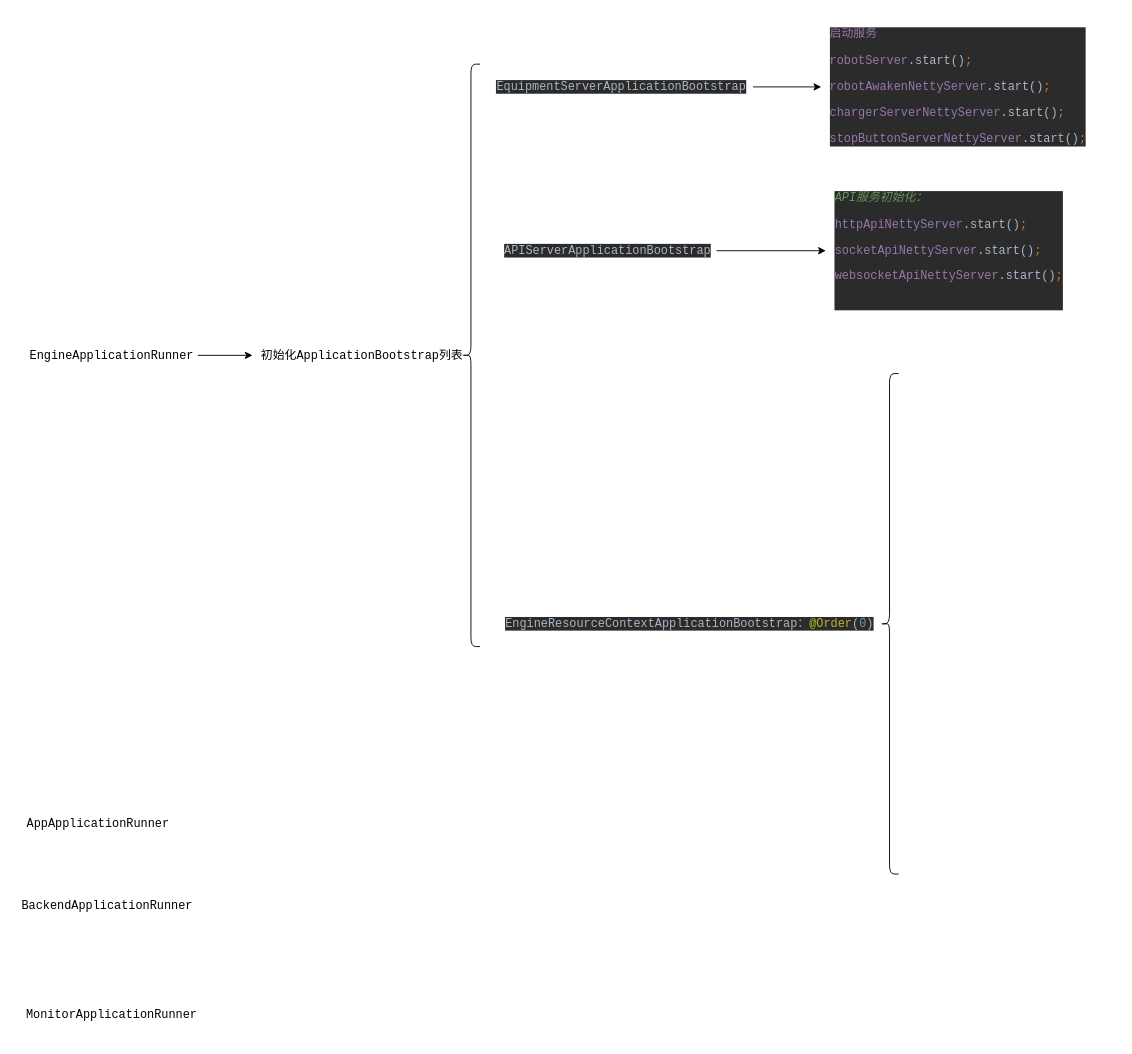
cong666/flow-chart keeps this draw.io diagram as rms初始化类.drawio. Above is the earlier version. Source tidied: cells renumbered, new cells numbered last; positions are measured from the earlier drawing's top-left corner, leaving out a move shared by most shapes. Both pictures are drawn from the tidied source at 91%, with x=0, y=0 at pixel (15, 18).
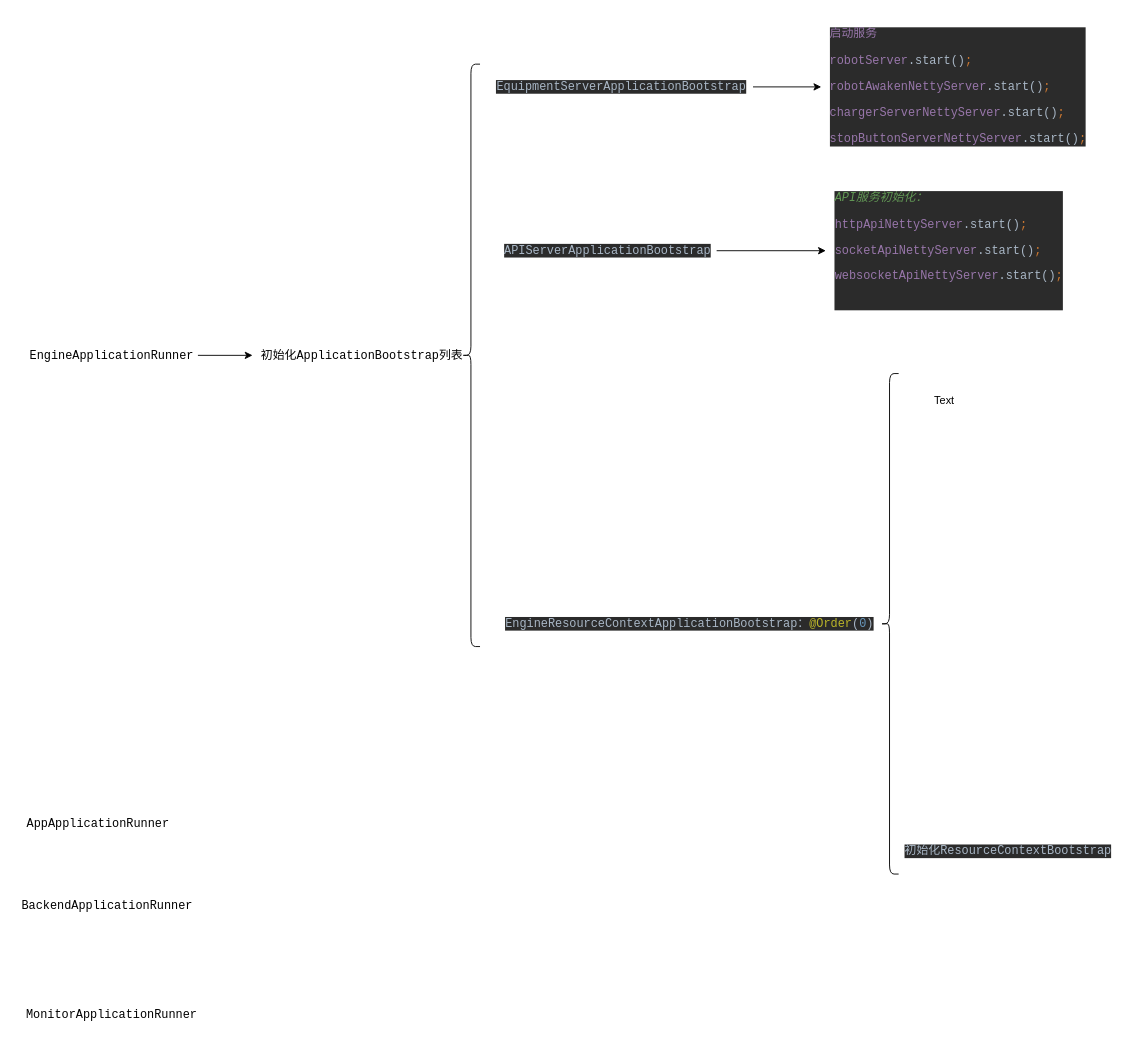
After the change.

The edit, as a diff of the source:
```diff
@@
 <mxGraphModel>
   <root>
     <mxCell id="0" />
     <mxCell id="1" parent="0" />
     <mxCell id="2" style="edgeStyle=orthogonalEdgeStyle;rounded=0;jettySize=auto;html=1;fontColor=#000000;" parent="1" edge="1" source="3" target="7">
       <mxGeometry relative="1" as="geometry" />
     </mxCell>
     <mxCell id="3" value="&lt;pre style=&quot;text-align: start; font-family: &amp;quot;JetBrains Mono&amp;quot;, monospace; font-size: 9.8pt;&quot;&gt;&lt;span style=&quot;background-color: rgb(255, 255, 255);&quot;&gt;EngineApplicationRunner&lt;/span&gt;&lt;/pre&gt;" style="text;html=1;align=center;verticalAlign=middle;points=[];strokeColor=none;fillColor=none;" parent="1" vertex="1">
       <mxGeometry x="10" y="345" width="190" height="50" as="geometry" />
     </mxCell>
     <mxCell id="4" value="&lt;pre style=&quot;text-align: start; font-family: &amp;quot;JetBrains Mono&amp;quot;, monospace; font-size: 9.8pt;&quot;&gt;&lt;pre style=&quot;font-family: &amp;quot;JetBrains Mono&amp;quot;, monospace; font-size: 9.8pt;&quot;&gt;&lt;span style=&quot;background-color: rgb(255, 255, 255);&quot;&gt;AppApplicationRunner&lt;/span&gt;&lt;/pre&gt;&lt;/pre&gt;" style="text;html=1;align=center;verticalAlign=middle;strokeColor=none;fillColor=none;" parent="1" vertex="1">
       <mxGeometry x="5" y="860" width="170" height="50" as="geometry" />
     </mxCell>
     <mxCell id="5" value="&lt;pre style=&quot;text-align: start; font-family: &amp;quot;JetBrains Mono&amp;quot;, monospace; font-size: 9.8pt;&quot;&gt;BackendApplicationRunner&lt;br&gt;&lt;/pre&gt;" style="text;html=1;align=center;verticalAlign=middle;strokeColor=none;fillColor=none;" parent="1" vertex="1">
       <mxGeometry y="950" width="200" height="50" as="geometry" />
     </mxCell>
     <mxCell id="6" value="&lt;pre style=&quot;text-align: start; font-family: &amp;quot;JetBrains Mono&amp;quot;, monospace; font-size: 9.8pt;&quot;&gt;MonitorApplicationRunner&lt;br&gt;&lt;/pre&gt;" style="text;html=1;align=center;verticalAlign=middle;strokeColor=none;fillColor=none;" parent="1" vertex="1">
       <mxGeometry x="5" y="1070" width="200" height="50" as="geometry" />
     </mxCell>
     <mxCell id="7" value="&lt;pre style=&quot;text-align: start; font-family: &amp;quot;JetBrains Mono&amp;quot;, monospace; font-size: 9.8pt;&quot;&gt;&lt;pre style=&quot;font-family: &amp;quot;JetBrains Mono&amp;quot;, monospace; font-size: 9.8pt;&quot;&gt;&lt;span style=&quot;background-color: rgb(255, 255, 255);&quot;&gt;初始化&lt;span style=&quot;font-size: 9.8pt;&quot;&gt;ApplicationBootstrap列表&lt;/span&gt;&lt;/span&gt;&lt;/pre&gt;&lt;/pre&gt;" style="text;html=1;align=center;verticalAlign=middle;points=[];strokeColor=none;fillColor=none;fontColor=#000000;" parent="1" vertex="1">
       <mxGeometry x="260" y="345" width="240" height="50" as="geometry" />
     </mxCell>
     <mxCell id="8" style="shape=curlyBracket;whiteSpace=wrap;html=1;rounded=1;labelBackgroundColor=#FFFFFF;fontColor=#000000;" parent="1" vertex="1">
       <mxGeometry x="490" y="50" width="20" height="640" as="geometry" />
     </mxCell>
     <mxCell id="9" style="edgeStyle=orthogonalEdgeStyle;rounded=0;jettySize=auto;html=1;fontColor=#000000;" parent="1" edge="1" source="10" target="15">
       <mxGeometry relative="1" as="geometry" />
     </mxCell>
     <mxCell id="10" value="&lt;pre style=&quot;text-align: start; background-color: rgb(43, 43, 43); color: rgb(169, 183, 198); font-family: &amp;quot;JetBrains Mono&amp;quot;, monospace; font-size: 9.8pt;&quot;&gt;EquipmentServerApplicationBootstrap&lt;/pre&gt;" style="text;html=1;align=center;verticalAlign=middle;points=[];strokeColor=none;fillColor=none;fontColor=#000000;" parent="1" vertex="1">
       <mxGeometry x="520" y="50" width="290" height="50" as="geometry" />
     </mxCell>
     <mxCell id="11" value="&lt;pre style=&quot;text-align: start; background-color: rgb(43, 43, 43); color: rgb(169, 183, 198); font-family: &amp;quot;JetBrains Mono&amp;quot;, monospace; font-size: 9.8pt;&quot;&gt;EngineResourceContextApplicationBootstrap：&lt;span style=&quot;font-size: 9.8pt; color: rgb(187, 181, 41);&quot;&gt;@Order&lt;/span&gt;&lt;span style=&quot;font-size: 9.8pt;&quot;&gt;(&lt;/span&gt;&lt;span style=&quot;font-size: 9.8pt; color: rgb(104, 151, 187);&quot;&gt;0&lt;/span&gt;&lt;span style=&quot;font-size: 9.8pt;&quot;&gt;)&lt;/span&gt;&lt;/pre&gt;" style="text;html=1;align=center;verticalAlign=middle;strokeColor=none;fillColor=none;fontColor=#000000;" parent="1" vertex="1">
       <mxGeometry x="530" y="640" width="420" height="50" as="geometry" />
     </mxCell>
     <mxCell id="12" style="edgeStyle=orthogonalEdgeStyle;rounded=0;jettySize=auto;html=1;fontColor=#000000;" parent="1" edge="1" source="13" target="14">
       <mxGeometry relative="1" as="geometry" />
     </mxCell>
     <mxCell id="13" value="&lt;pre style=&quot;text-align: start; background-color: rgb(43, 43, 43); color: rgb(169, 183, 198); font-family: &amp;quot;JetBrains Mono&amp;quot;, monospace; font-size: 9.8pt;&quot;&gt;APIServerApplicationBootstrap&lt;/pre&gt;" style="text;html=1;align=center;verticalAlign=middle;points=[];strokeColor=none;fillColor=none;fontColor=#000000;" parent="1" vertex="1">
       <mxGeometry x="530" y="230" width="240" height="50" as="geometry" />
     </mxCell>
     <mxCell id="14" value="&lt;pre style=&quot;text-align: start; background-color: rgb(43, 43, 43); color: rgb(169, 183, 198); font-family: &amp;quot;JetBrains Mono&amp;quot;, monospace; font-size: 9.8pt;&quot;&gt;&lt;pre style=&quot;font-family: &amp;quot;JetBrains Mono&amp;quot;, monospace; font-size: 9.8pt;&quot;&gt;&lt;span style=&quot;color: rgb(98, 151, 85); font-style: italic;&quot;&gt;API服务初始化：&lt;/span&gt;&lt;/pre&gt;&lt;pre style=&quot;font-family: &amp;quot;JetBrains Mono&amp;quot;, monospace; font-size: 9.8pt;&quot;&gt;&lt;span style=&quot;font-size: 9.8pt; color: rgb(152, 118, 170);&quot;&gt;httpApiNettyServer&lt;/span&gt;&lt;span style=&quot;font-size: 9.8pt;&quot;&gt;.start()&lt;/span&gt;&lt;span style=&quot;font-size: 9.8pt; color: rgb(204, 120, 50);&quot;&gt;;&lt;/span&gt;&lt;/pre&gt;&lt;pre style=&quot;font-family: &amp;quot;JetBrains Mono&amp;quot;, monospace; font-size: 9.8pt;&quot;&gt;&lt;span style=&quot;font-size: 9.8pt; color: rgb(152, 118, 170);&quot;&gt;socketApiNettyServer&lt;/span&gt;&lt;span style=&quot;font-size: 9.8pt;&quot;&gt;.start()&lt;/span&gt;&lt;span style=&quot;font-size: 9.8pt; color: rgb(204, 120, 50);&quot;&gt;;&lt;/span&gt;&lt;/pre&gt;&lt;pre style=&quot;font-family: &amp;quot;JetBrains Mono&amp;quot;, monospace; font-size: 9.8pt;&quot;&gt;&lt;span style=&quot;color: rgb(152, 118, 170);&quot;&gt;websocketApiNettyServer&lt;/span&gt;.start()&lt;span style=&quot;color: rgb(204, 120, 50);&quot;&gt;;&lt;/span&gt;&lt;/pre&gt;&lt;pre style=&quot;font-family: &amp;quot;JetBrains Mono&amp;quot;, monospace; font-size: 9.8pt;&quot;&gt;&lt;br&gt;&lt;/pre&gt;&lt;/pre&gt;" style="text;html=1;align=center;verticalAlign=middle;points=[];strokeColor=none;fillColor=none;fontColor=#000000;" parent="1" vertex="1">
       <mxGeometry x="890" y="180" width="270" height="150" as="geometry" />
     </mxCell>
     <mxCell id="15" value="&lt;pre style=&quot;text-align: start; background-color: rgb(43, 43, 43); color: rgb(169, 183, 198); font-family: &amp;quot;JetBrains Mono&amp;quot;, monospace; font-size: 9.8pt;&quot;&gt;&lt;pre style=&quot;font-family: &amp;quot;JetBrains Mono&amp;quot;, monospace; font-size: 9.8pt;&quot;&gt;&lt;span style=&quot;color: rgb(152, 118, 170);&quot;&gt;启动服务&lt;/span&gt;&lt;/pre&gt;&lt;pre style=&quot;font-family: &amp;quot;JetBrains Mono&amp;quot;, monospace; font-size: 9.8pt;&quot;&gt;&lt;span style=&quot;color: rgb(152, 118, 170);&quot;&gt;robotServer&lt;/span&gt;.start()&lt;span style=&quot;color: rgb(204, 120, 50);&quot;&gt;;&lt;/span&gt;&lt;/pre&gt;&lt;pre style=&quot;font-family: &amp;quot;JetBrains Mono&amp;quot;, monospace; font-size: 9.8pt;&quot;&gt;&lt;span style=&quot;color: rgb(152, 118, 170);&quot;&gt;robotAwakenNettyServer&lt;/span&gt;.start()&lt;span style=&quot;color: rgb(204, 120, 50);&quot;&gt;;&lt;/span&gt;&lt;/pre&gt;&lt;pre style=&quot;font-family: &amp;quot;JetBrains Mono&amp;quot;, monospace; font-size: 9.8pt;&quot;&gt;&lt;span style=&quot;color: rgb(152, 118, 170);&quot;&gt;chargerServerNettyServer&lt;/span&gt;.start()&lt;span style=&quot;color: rgb(204, 120, 50);&quot;&gt;;&lt;/span&gt;&lt;/pre&gt;&lt;pre style=&quot;font-family: &amp;quot;JetBrains Mono&amp;quot;, monospace; font-size: 9.8pt;&quot;&gt;&lt;span style=&quot;color: rgb(152, 118, 170);&quot;&gt;stopButtonServerNettyServer&lt;/span&gt;.start()&lt;span style=&quot;color: rgb(204, 120, 50);&quot;&gt;;&lt;/span&gt;&lt;/pre&gt;&lt;/pre&gt;" style="text;html=1;align=center;verticalAlign=middle;points=[];strokeColor=none;fillColor=none;fontColor=#000000;" parent="1" vertex="1">
       <mxGeometry x="885" width="300" height="150" as="geometry" />
     </mxCell>
     <mxCell id="16" style="shape=curlyBracket;whiteSpace=wrap;html=1;rounded=1;labelBackgroundColor=#FFFFFF;fontColor=#000000;size=0.5;" parent="1" vertex="1">
       <mxGeometry x="950" y="390" width="20" height="550" as="geometry" />
     </mxCell>
+    <mxCell id="17" value="Text" style="text;html=1;align=center;verticalAlign=middle;strokeColor=none;fillColor=none;" parent="1" vertex="1">
+      <mxGeometry x="1000" y="410" width="40" height="20" as="geometry" />
+    </mxCell>
+    <mxCell id="18" value="&lt;pre style=&quot;text-align: start; background-color: rgb(43, 43, 43); color: rgb(169, 183, 198); font-family: &amp;quot;JetBrains Mono&amp;quot;, monospace; font-size: 9.8pt;&quot;&gt;初始化ResourceContextBootstrap&lt;/pre&gt;" style="text;html=1;align=center;verticalAlign=middle;strokeColor=none;fillColor=none;" parent="1" vertex="1">
+      <mxGeometry x="970" y="890" width="240" height="50" as="geometry" />
+    </mxCell>
   </root>
 </mxGraphModel>
```
